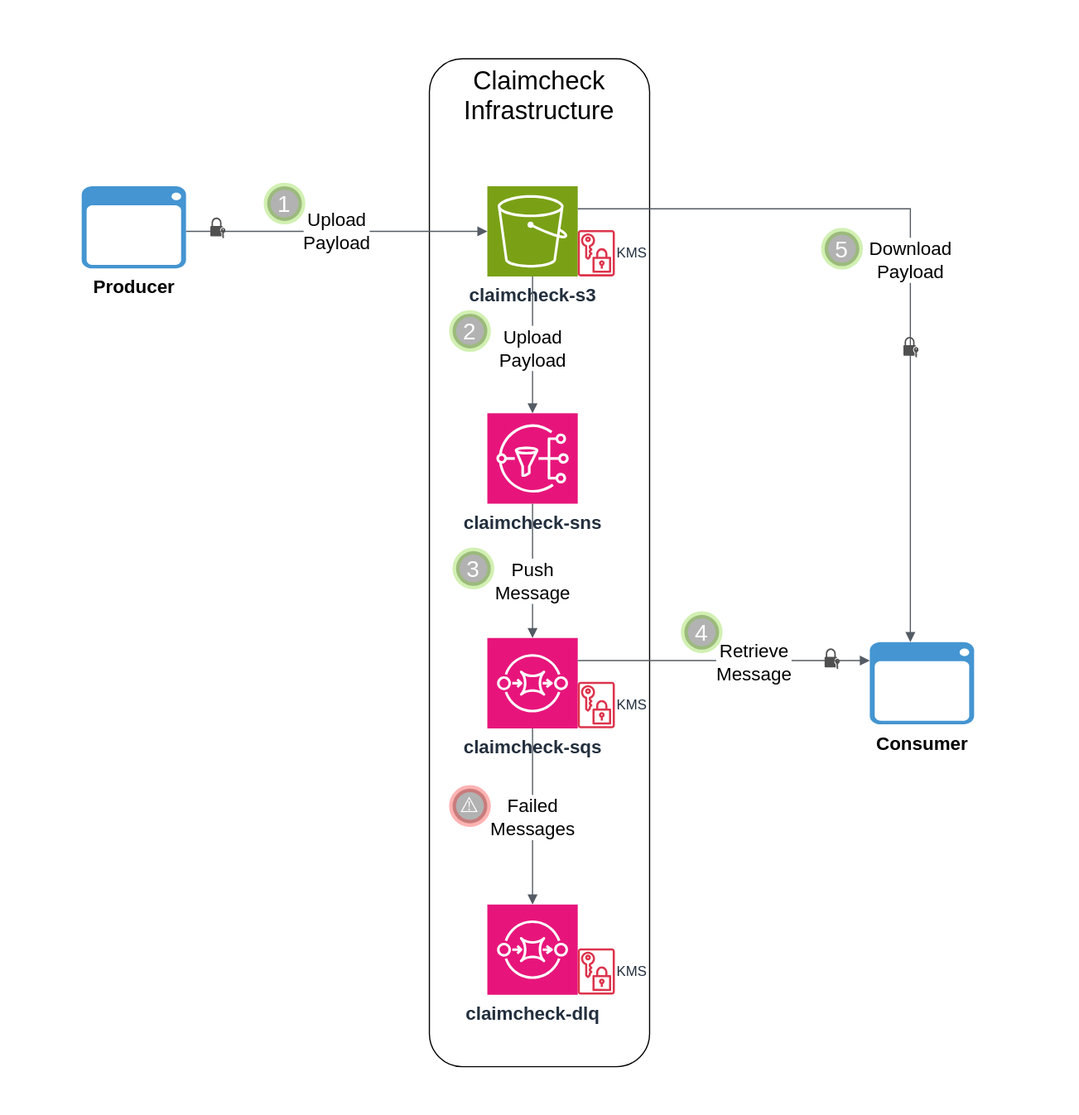
Earlier version of the draw.io export diagram.drawio.svg (jimweller/kata-claimcheck). Source tidied: cells renumbered, new cells last; positions are measured from the earlier drawing's top-left corner, leaving out a move shared by most shapes.
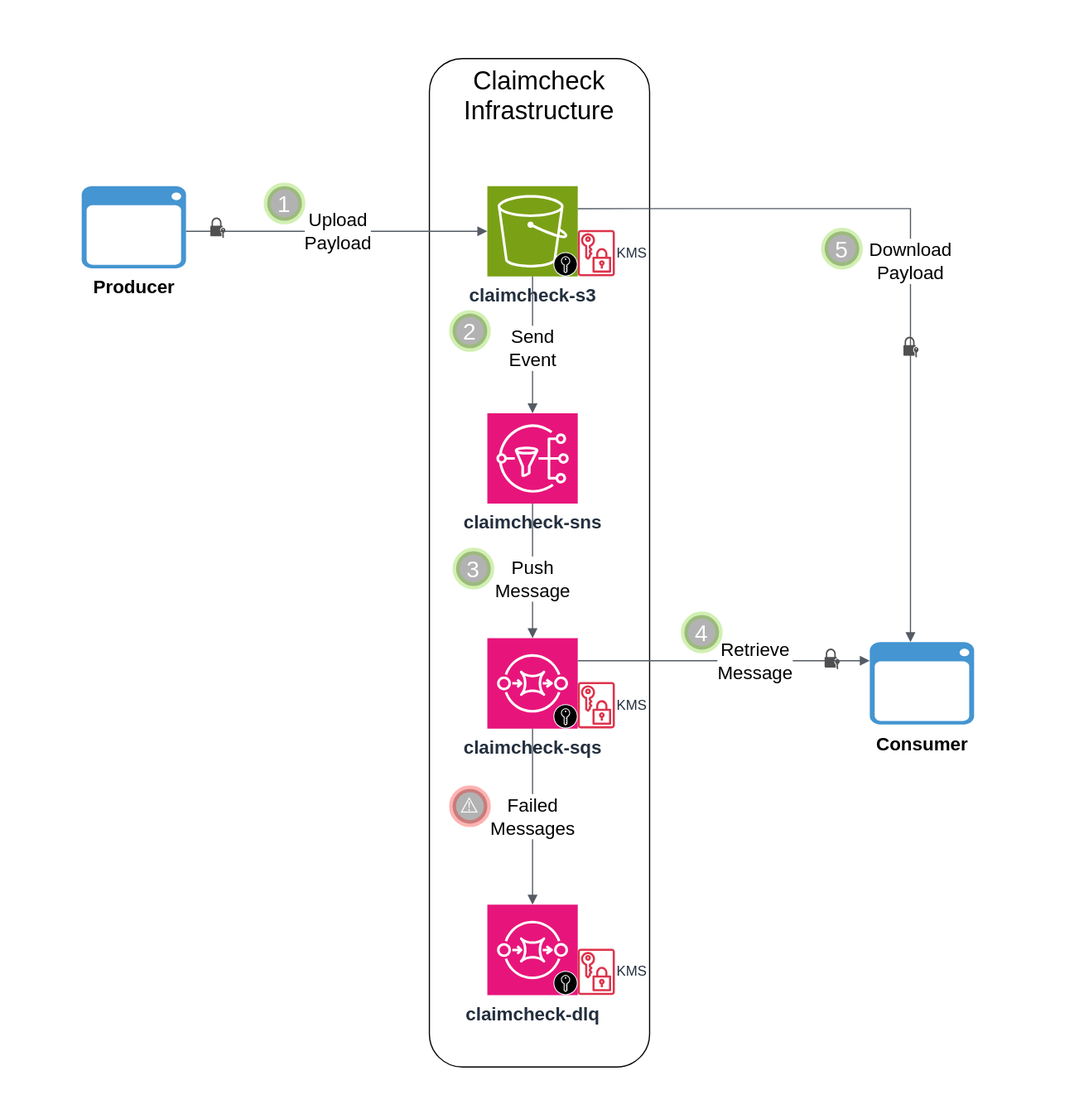
After the commit.

Commit message:
v2 finish. testing timing edge case handling. readme/diagram polishing. sleep on it.

The edit, as a diff of the source:
```diff
@@ -90,8 +90,17 @@
     <mxCell id="26" style="sketch=0;shadow=0;dashed=0;html=1;strokeColor=none;fillColor=#505050;labelPosition=center;verticalLabelPosition=bottom;verticalAlign=top;align=center;shape=mxgraph.office.security.lock_with_key_security;" parent="1" vertex="1">
       <mxGeometry x="711" y="559" width="13" height="18" as="geometry" />
     </mxCell>
-    <mxCell id="27" value="Upload&lt;br&gt;Payload" style="edgeStyle=orthogonalEdgeStyle;html=1;endArrow=block;elbow=vertical;startArrow=none;endFill=1;strokeColor=#545B64;rounded=0;fontSize=16;" parent="1" edge="1" source="4" target="7">
+    <mxCell id="27" value="Send&lt;br&gt;Event" style="edgeStyle=orthogonalEdgeStyle;html=1;endArrow=block;elbow=vertical;startArrow=none;endFill=1;strokeColor=#545B64;rounded=0;fontSize=16;" parent="1" edge="1" source="4" target="7">
       <mxGeometry x="0.05" relative="1" as="geometry" />
     </mxCell>
+    <mxCell id="28" style="sketch=0;shadow=0;dashed=0;html=1;strokeColor=none;fillColor=#000000;labelPosition=center;verticalLabelPosition=bottom;verticalAlign=top;align=center;shape=mxgraph.veeam2.encrypted;" parent="1" vertex="1">
+      <mxGeometry x="477" y="217" width="21" height="21" as="geometry" />
+    </mxCell>
+    <mxCell id="29" style="sketch=0;shadow=0;dashed=0;html=1;strokeColor=none;fillColor=#000000;labelPosition=center;verticalLabelPosition=bottom;verticalAlign=top;align=center;shape=mxgraph.veeam2.encrypted;" parent="1" vertex="1">
+      <mxGeometry x="477" y="607" width="21" height="21" as="geometry" />
+    </mxCell>
+    <mxCell id="30" style="sketch=0;shadow=0;dashed=0;html=1;strokeColor=none;fillColor=#000000;labelPosition=center;verticalLabelPosition=bottom;verticalAlign=top;align=center;shape=mxgraph.veeam2.encrypted;" parent="1" vertex="1">
+      <mxGeometry x="477" y="837" width="21" height="21" as="geometry" />
+    </mxCell>
   </root>
 </mxGraphModel>
```
